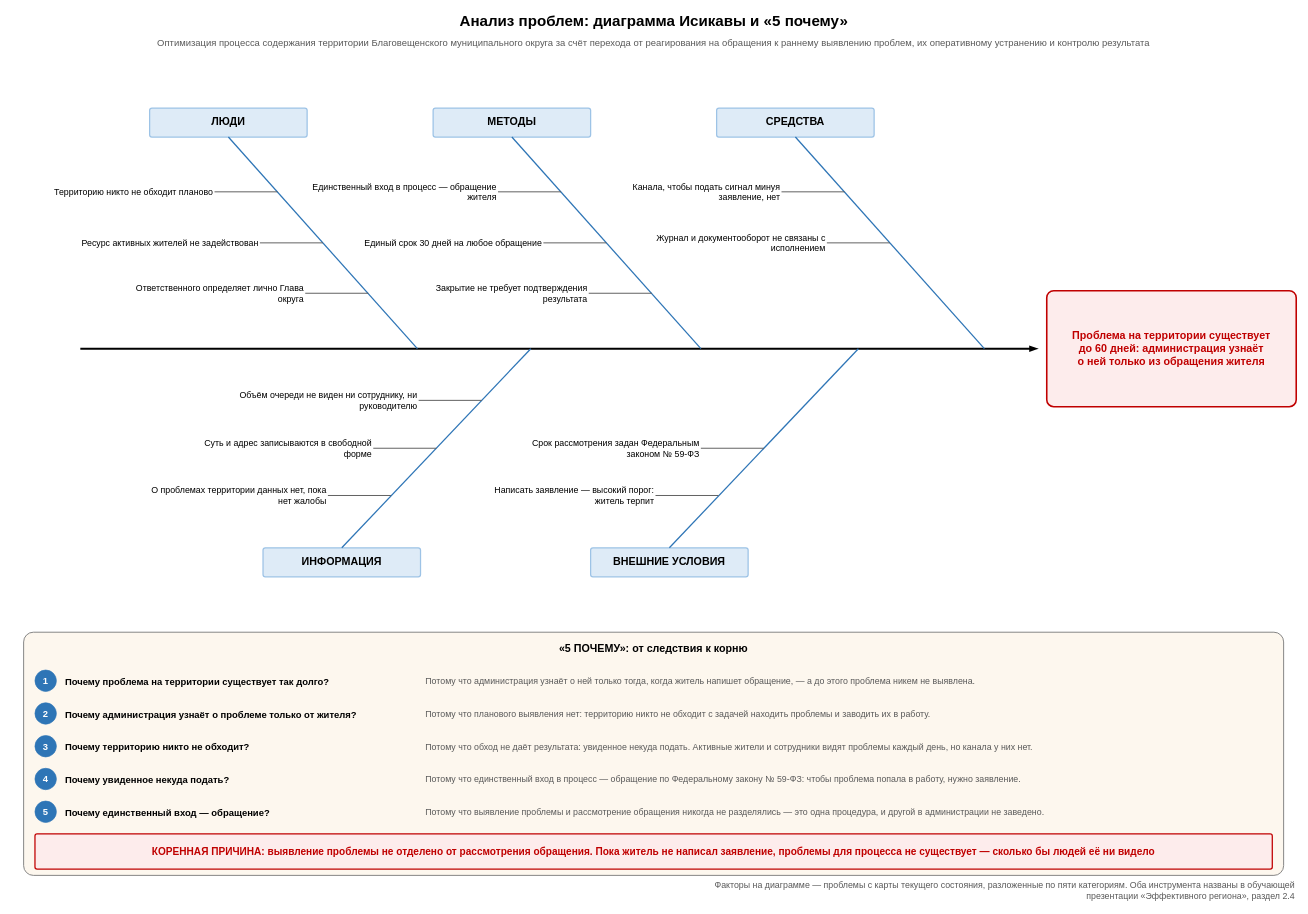
Before: файлы/analiz-prichin.drawio in NiceGenn/Team-28-progress, a draw.io diagram. Source tidied: cells renumbered, new cells numbered last; positions are measured from the earlier drawing's top-left corner, leaving out a move shared by most shapes. Both pictures are drawn from the tidied source at 63%, with x=0, y=0 at pixel (11, 11).
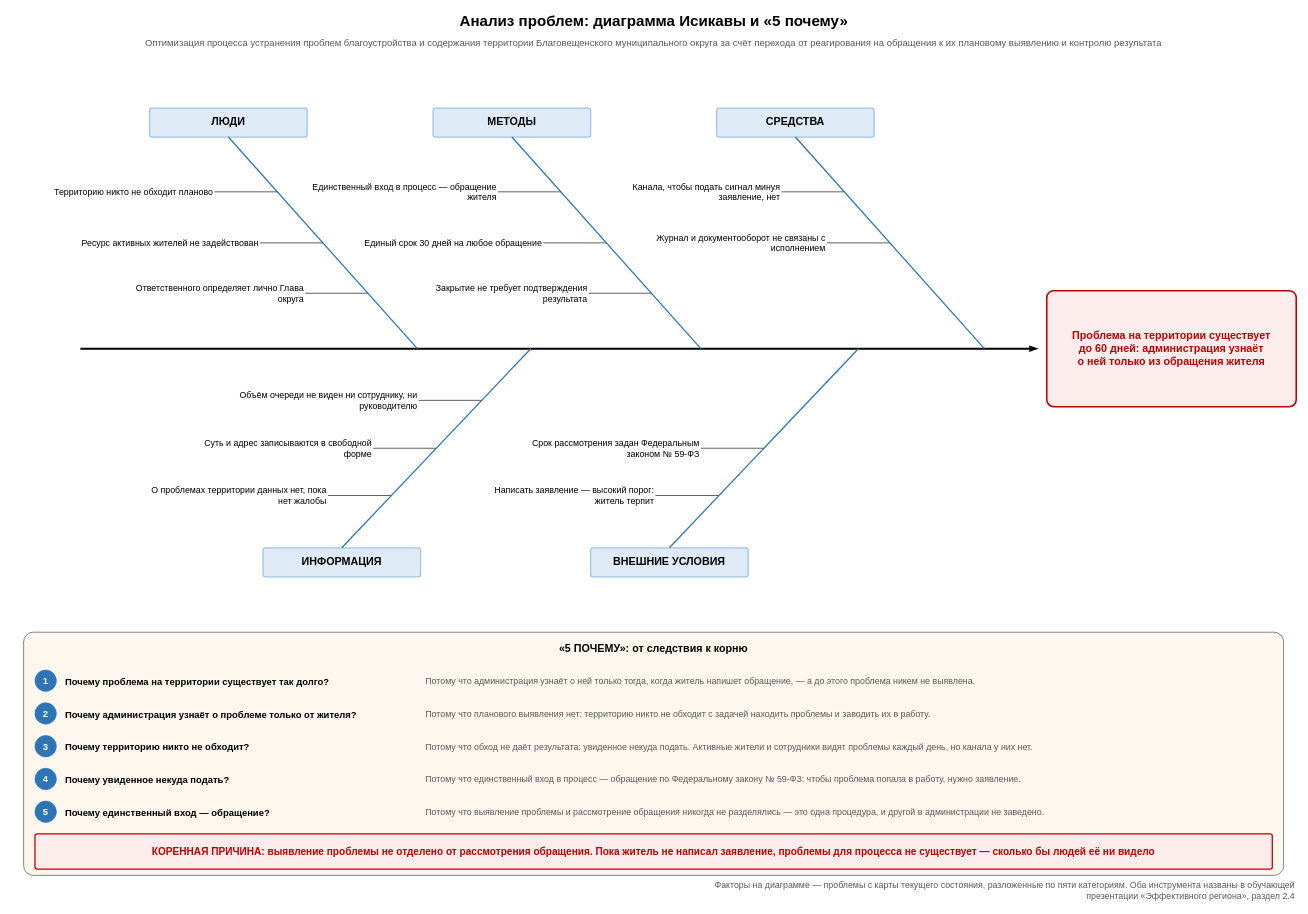
The same page after the edit.

What changed in the source:
```diff
@@
-    <mxCell id="3" value="Оптимизация процесса содержания территории Благовещенского муниципального округа за счёт перехода от реагирования на обращения к раннему выявлению проблем, их оперативному устранению и контролю результата" style="text;html=1;align=center;verticalAlign=middle;whiteSpace=wrap;fontSize=15;fontColor=#595959;" parent="1" vertex="1">
+    <mxCell id="3" value="Оптимизация процесса устранения проблем благоустройства и содержания территории Благовещенского муниципального округа за счёт перехода от реагирования на обращения к их плановому выявлению и контролю результата" style="text;html=1;align=center;verticalAlign=middle;whiteSpace=wrap;fontSize=15;fontColor=#595959;" parent="1" vertex="1">
       <mxGeometry y="38" width="2040" height="24" as="geometry" />
     </mxCell>
```
